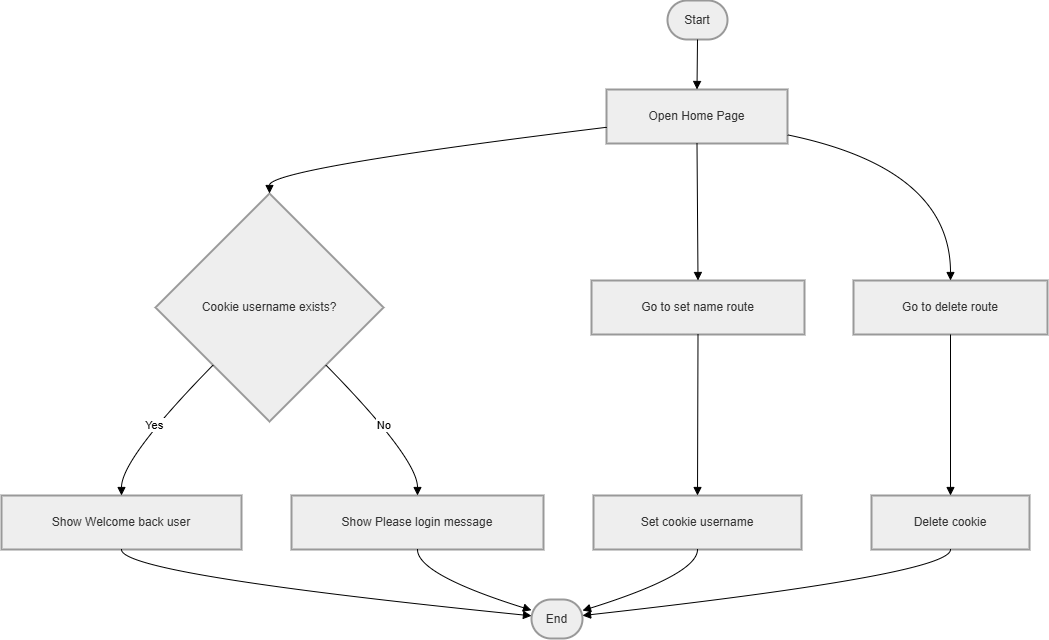
The draw.io diagram Cookies_activities/cookies.drawio.png in Sundhari-Hanish/Flask_Framework, before a commit. Source tidied: cells renumbered, new cells last; positions are measured from the earlier drawing's top-left corner, leaving out a move shared by most shapes.
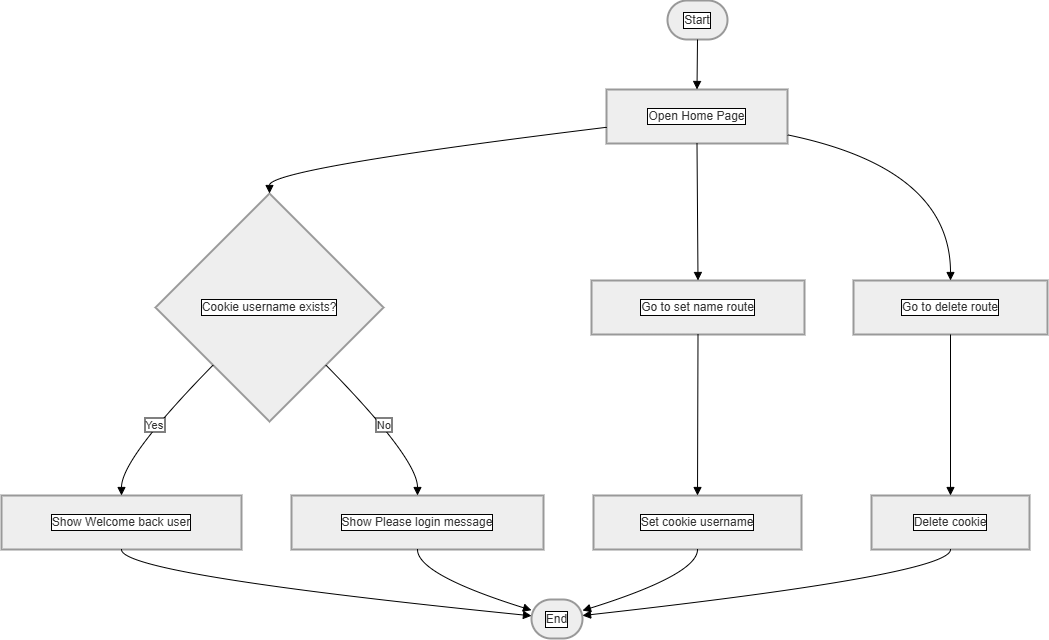
Later version of the same file.

Diff of the diagram source:
```diff
@@ -2,98 +2,98 @@
   <root>
     <mxCell id="0" />
     <mxCell id="1" parent="0" />
-    <mxCell id="2" value="Start" style="rounded=1;whiteSpace=wrap;arcSize=50;strokeWidth=2;fillColor=light-dark(#eeeeee,#1f2020);strokeColor=light-dark(#999999,#cccccc);fontColor=light-dark(#333333,#cccccc);" parent="1" vertex="1">
+    <mxCell id="2" value="Start" style="rounded=1;whiteSpace=wrap;arcSize=50;strokeWidth=2;fillColor=light-dark(#eeeeee,#1f2020);strokeColor=light-dark(#999999,#cccccc);fontColor=light-dark(#333333,#FFFFFF);labelBackgroundColor=default;labelBorderColor=default;" parent="1" vertex="1">
       <mxGeometry x="666" width="60" height="39" as="geometry" />
     </mxCell>
-    <mxCell id="3" value="Open Home Page" style="whiteSpace=wrap;strokeWidth=2;fillColor=light-dark(#eeeeee,#1f2020);strokeColor=light-dark(#999999,#cccccc);fontColor=light-dark(#333333,#cccccc);" parent="1" vertex="1">
+    <mxCell id="3" value="Open Home Page" style="whiteSpace=wrap;strokeWidth=2;fillColor=light-dark(#eeeeee,#1f2020);strokeColor=light-dark(#999999,#cccccc);fontColor=light-dark(#333333,#FFFFFF);labelBackgroundColor=default;labelBorderColor=default;" parent="1" vertex="1">
       <mxGeometry x="605" y="89" width="181" height="54" as="geometry" />
     </mxCell>
-    <mxCell id="4" value="Cookie username exists?" style="rhombus;strokeWidth=2;whiteSpace=wrap;fillColor=light-dark(#eeeeee,#1f2020);strokeColor=light-dark(#999999,#cccccc);fontColor=light-dark(#333333,#cccccc);" parent="1" vertex="1">
+    <mxCell id="4" value="Cookie username exists?" style="rhombus;strokeWidth=2;whiteSpace=wrap;fillColor=light-dark(#eeeeee,#1f2020);strokeColor=light-dark(#999999,#cccccc);fontColor=light-dark(#333333,#FFFFFF);labelBackgroundColor=default;labelBorderColor=default;" parent="1" vertex="1">
       <mxGeometry x="154" y="193" width="228" height="228" as="geometry" />
     </mxCell>
-    <mxCell id="5" value="Show Welcome back user" style="whiteSpace=wrap;strokeWidth=2;fillColor=light-dark(#eeeeee,#1f2020);strokeColor=light-dark(#999999,#cccccc);fontColor=light-dark(#333333,#cccccc);" parent="1" vertex="1">
+    <mxCell id="5" value="Show Welcome back user" style="whiteSpace=wrap;strokeWidth=2;fillColor=light-dark(#eeeeee,#1f2020);strokeColor=light-dark(#999999,#cccccc);fontColor=light-dark(#333333,#FFFFFF);labelBackgroundColor=default;labelBorderColor=default;" parent="1" vertex="1">
       <mxGeometry y="495" width="240" height="54" as="geometry" />
     </mxCell>
-    <mxCell id="6" value="Show Please login message" style="whiteSpace=wrap;strokeWidth=2;fillColor=light-dark(#eeeeee,#1f2020);strokeColor=light-dark(#999999,#cccccc);fontColor=light-dark(#333333,#cccccc);" parent="1" vertex="1">
+    <mxCell id="6" value="Show Please login message" style="whiteSpace=wrap;strokeWidth=2;fillColor=light-dark(#eeeeee,#1f2020);strokeColor=light-dark(#999999,#cccccc);fontColor=light-dark(#333333,#FFFFFF);labelBackgroundColor=default;labelBorderColor=default;" parent="1" vertex="1">
       <mxGeometry x="290" y="495" width="252" height="54" as="geometry" />
     </mxCell>
-    <mxCell id="7" value="Go to set name route" style="whiteSpace=wrap;strokeWidth=2;fillColor=light-dark(#eeeeee,#1f2020);strokeColor=light-dark(#999999,#cccccc);fontColor=light-dark(#333333,#cccccc);" parent="1" vertex="1">
+    <mxCell id="7" value="Go to set name route" style="whiteSpace=wrap;strokeWidth=2;fillColor=light-dark(#eeeeee,#1f2020);strokeColor=light-dark(#999999,#cccccc);fontColor=light-dark(#333333,#FFFFFF);labelBackgroundColor=default;labelBorderColor=default;" parent="1" vertex="1">
       <mxGeometry x="590" y="280" width="213" height="54" as="geometry" />
     </mxCell>
-    <mxCell id="8" value="Set cookie username" style="whiteSpace=wrap;strokeWidth=2;fillColor=light-dark(#eeeeee,#1f2020);strokeColor=light-dark(#999999,#cccccc);fontColor=light-dark(#333333,#cccccc);" parent="1" vertex="1">
+    <mxCell id="8" value="Set cookie username" style="whiteSpace=wrap;strokeWidth=2;fillColor=light-dark(#eeeeee,#1f2020);strokeColor=light-dark(#999999,#cccccc);fontColor=light-dark(#333333,#FFFFFF);labelBackgroundColor=default;labelBorderColor=default;" parent="1" vertex="1">
       <mxGeometry x="592" y="495" width="208" height="54" as="geometry" />
     </mxCell>
-    <mxCell id="9" value="Go to delete route" style="whiteSpace=wrap;strokeWidth=2;fillColor=light-dark(#eeeeee,#1f2020);strokeColor=light-dark(#999999,#cccccc);fontColor=light-dark(#333333,#cccccc);" parent="1" vertex="1">
+    <mxCell id="9" value="Go to delete route" style="whiteSpace=wrap;strokeWidth=2;fillColor=light-dark(#eeeeee,#1f2020);strokeColor=light-dark(#999999,#cccccc);fontColor=light-dark(#333333,#FFFFFF);labelBackgroundColor=default;labelBorderColor=default;" parent="1" vertex="1">
       <mxGeometry x="852" y="280" width="194" height="54" as="geometry" />
     </mxCell>
-    <mxCell id="10" value="Delete cookie" style="whiteSpace=wrap;strokeWidth=2;fillColor=light-dark(#eeeeee,#1f2020);strokeColor=light-dark(#999999,#cccccc);fontColor=light-dark(#333333,#cccccc);" parent="1" vertex="1">
+    <mxCell id="10" value="Delete cookie" style="whiteSpace=wrap;strokeWidth=2;fillColor=light-dark(#eeeeee,#1f2020);strokeColor=light-dark(#999999,#cccccc);fontColor=light-dark(#333333,#FFFFFF);labelBackgroundColor=default;labelBorderColor=default;" parent="1" vertex="1">
       <mxGeometry x="870" y="495" width="158" height="54" as="geometry" />
     </mxCell>
-    <mxCell id="11" value="End" style="rounded=1;whiteSpace=wrap;arcSize=50;strokeWidth=2;fillColor=light-dark(#eeeeee,#1f2020);strokeColor=light-dark(#999999,#cccccc);fontColor=light-dark(#333333,#cccccc);" parent="1" vertex="1">
+    <mxCell id="11" value="End" style="rounded=1;whiteSpace=wrap;arcSize=50;strokeWidth=2;fillColor=light-dark(#eeeeee,#1f2020);strokeColor=light-dark(#999999,#cccccc);fontColor=light-dark(#333333,#FFFFFF);labelBackgroundColor=default;labelBorderColor=default;" parent="1" vertex="1">
       <mxGeometry x="530" y="599" width="51" height="39" as="geometry" />
     </mxCell>
-    <mxCell id="12" style="curved=1;startArrow=none;endArrow=block;exitX=0.5;exitY=1;entryX=0.5;entryY=0;rounded=0;" parent="1" edge="1" source="2" target="3">
+    <mxCell id="12" style="curved=1;startArrow=none;endArrow=block;exitX=0.5;exitY=1;entryX=0.5;entryY=0;rounded=0;labelBackgroundColor=default;labelBorderColor=default;fontColor=light-dark(#333333,#FFFFFF);" parent="1" edge="1" source="2" target="3">
       <mxGeometry relative="1" as="geometry" />
     </mxCell>
-    <mxCell id="13" style="curved=1;startArrow=none;endArrow=block;exitX=0;exitY=0.7;entryX=0.5;entryY=0;rounded=0;" parent="1" edge="1" source="3" target="4">
+    <mxCell id="13" style="curved=1;startArrow=none;endArrow=block;exitX=0;exitY=0.7;entryX=0.5;entryY=0;rounded=0;labelBackgroundColor=default;labelBorderColor=default;fontColor=light-dark(#333333,#FFFFFF);" parent="1" edge="1" source="3" target="4">
       <mxGeometry relative="1" as="geometry">
         <Array as="points">
           <mxPoint x="268" y="168" />
         </Array>
       </mxGeometry>
     </mxCell>
-    <mxCell id="14" value="Yes" style="curved=1;startArrow=none;endArrow=block;exitX=0.01;exitY=1;entryX=0.5;entryY=-0.01;rounded=0;" parent="1" edge="1" source="4" target="5">
+    <mxCell id="14" value="Yes" style="curved=1;startArrow=none;endArrow=block;exitX=0.01;exitY=1;entryX=0.5;entryY=-0.01;rounded=0;labelBackgroundColor=default;labelBorderColor=default;fontColor=light-dark(#333333,#FFFFFF);" parent="1" edge="1" source="4" target="5">
       <mxGeometry relative="1" as="geometry">
         <Array as="points">
           <mxPoint x="120" y="458" />
         </Array>
       </mxGeometry>
     </mxCell>
-    <mxCell id="15" style="curved=1;startArrow=none;endArrow=block;exitX=0.5;exitY=0.99;entryX=0.01;entryY=0.42;rounded=0;" parent="1" edge="1" source="5" target="11">
+    <mxCell id="15" style="curved=1;startArrow=none;endArrow=block;exitX=0.5;exitY=0.99;entryX=0.01;entryY=0.42;rounded=0;labelBackgroundColor=default;labelBorderColor=default;fontColor=light-dark(#333333,#FFFFFF);" parent="1" edge="1" source="5" target="11">
       <mxGeometry relative="1" as="geometry">
         <Array as="points">
           <mxPoint x="120" y="574" />
         </Array>
       </mxGeometry>
     </mxCell>
-    <mxCell id="16" value="No" style="curved=1;startArrow=none;endArrow=block;exitX=0.99;exitY=1;entryX=0.5;entryY=-0.01;rounded=0;" parent="1" edge="1" source="4" target="6">
+    <mxCell id="16" value="No" style="curved=1;startArrow=none;endArrow=block;exitX=0.99;exitY=1;entryX=0.5;entryY=-0.01;rounded=0;labelBackgroundColor=default;labelBorderColor=default;fontColor=light-dark(#333333,#FFFFFF);" parent="1" edge="1" source="4" target="6">
       <mxGeometry relative="1" as="geometry">
         <Array as="points">
           <mxPoint x="416" y="458" />
         </Array>
       </mxGeometry>
     </mxCell>
-    <mxCell id="17" style="curved=1;startArrow=none;endArrow=block;exitX=0.5;exitY=0.99;entryX=0.01;entryY=0.28;rounded=0;" parent="1" edge="1" source="6" target="11">
+    <mxCell id="17" style="curved=1;startArrow=none;endArrow=block;exitX=0.5;exitY=0.99;entryX=0.01;entryY=0.28;rounded=0;labelBackgroundColor=default;labelBorderColor=default;fontColor=light-dark(#333333,#FFFFFF);" parent="1" edge="1" source="6" target="11">
       <mxGeometry relative="1" as="geometry">
         <Array as="points">
           <mxPoint x="416" y="574" />
         </Array>
       </mxGeometry>
     </mxCell>
-    <mxCell id="18" style="curved=1;startArrow=none;endArrow=block;exitX=0.5;exitY=1;entryX=0.5;entryY=0;rounded=0;" parent="1" edge="1" source="3" target="7">
+    <mxCell id="18" style="curved=1;startArrow=none;endArrow=block;exitX=0.5;exitY=1;entryX=0.5;entryY=0;rounded=0;labelBackgroundColor=default;labelBorderColor=default;fontColor=light-dark(#333333,#FFFFFF);" parent="1" edge="1" source="3" target="7">
       <mxGeometry relative="1" as="geometry" />
     </mxCell>
-    <mxCell id="19" style="curved=1;startArrow=none;endArrow=block;exitX=0.5;exitY=1;entryX=0.5;entryY=-0.01;rounded=0;" parent="1" edge="1" source="7" target="8">
+    <mxCell id="19" style="curved=1;startArrow=none;endArrow=block;exitX=0.5;exitY=1;entryX=0.5;entryY=-0.01;rounded=0;labelBackgroundColor=default;labelBorderColor=default;fontColor=light-dark(#333333,#FFFFFF);" parent="1" edge="1" source="7" target="8">
       <mxGeometry relative="1" as="geometry" />
     </mxCell>
-    <mxCell id="20" style="curved=1;startArrow=none;endArrow=block;exitX=0.5;exitY=0.99;entryX=1.01;entryY=0.28;rounded=0;" parent="1" edge="1" source="8" target="11">
+    <mxCell id="20" style="curved=1;startArrow=none;endArrow=block;exitX=0.5;exitY=0.99;entryX=1.01;entryY=0.28;rounded=0;labelBackgroundColor=default;labelBorderColor=default;fontColor=light-dark(#333333,#FFFFFF);" parent="1" edge="1" source="8" target="11">
       <mxGeometry relative="1" as="geometry">
         <Array as="points">
           <mxPoint x="696" y="574" />
         </Array>
       </mxGeometry>
     </mxCell>
-    <mxCell id="21" style="curved=1;startArrow=none;endArrow=block;exitX=1;exitY=0.84;entryX=0.5;entryY=0;rounded=0;" parent="1" edge="1" source="3" target="9">
+    <mxCell id="21" style="curved=1;startArrow=none;endArrow=block;exitX=1;exitY=0.84;entryX=0.5;entryY=0;rounded=0;labelBackgroundColor=default;labelBorderColor=default;fontColor=light-dark(#333333,#FFFFFF);" parent="1" edge="1" source="3" target="9">
       <mxGeometry relative="1" as="geometry">
         <Array as="points">
           <mxPoint x="949" y="168" />
         </Array>
       </mxGeometry>
     </mxCell>
-    <mxCell id="22" style="curved=1;startArrow=none;endArrow=block;exitX=0.5;exitY=1;entryX=0.5;entryY=-0.01;rounded=0;" parent="1" edge="1" source="9" target="10">
+    <mxCell id="22" style="curved=1;startArrow=none;endArrow=block;exitX=0.5;exitY=1;entryX=0.5;entryY=-0.01;rounded=0;labelBackgroundColor=default;labelBorderColor=default;fontColor=light-dark(#333333,#FFFFFF);" parent="1" edge="1" source="9" target="10">
       <mxGeometry relative="1" as="geometry" />
     </mxCell>
-    <mxCell id="23" style="curved=1;startArrow=none;endArrow=block;exitX=0.5;exitY=0.99;entryX=1.01;entryY=0.41;rounded=0;" parent="1" edge="1" source="10" target="11">
+    <mxCell id="23" style="curved=1;startArrow=none;endArrow=block;exitX=0.5;exitY=0.99;entryX=1.01;entryY=0.41;rounded=0;labelBackgroundColor=default;labelBorderColor=default;fontColor=light-dark(#333333,#FFFFFF);" parent="1" edge="1" source="10" target="11">
       <mxGeometry relative="1" as="geometry">
         <Array as="points">
           <mxPoint x="949" y="574" />
```
